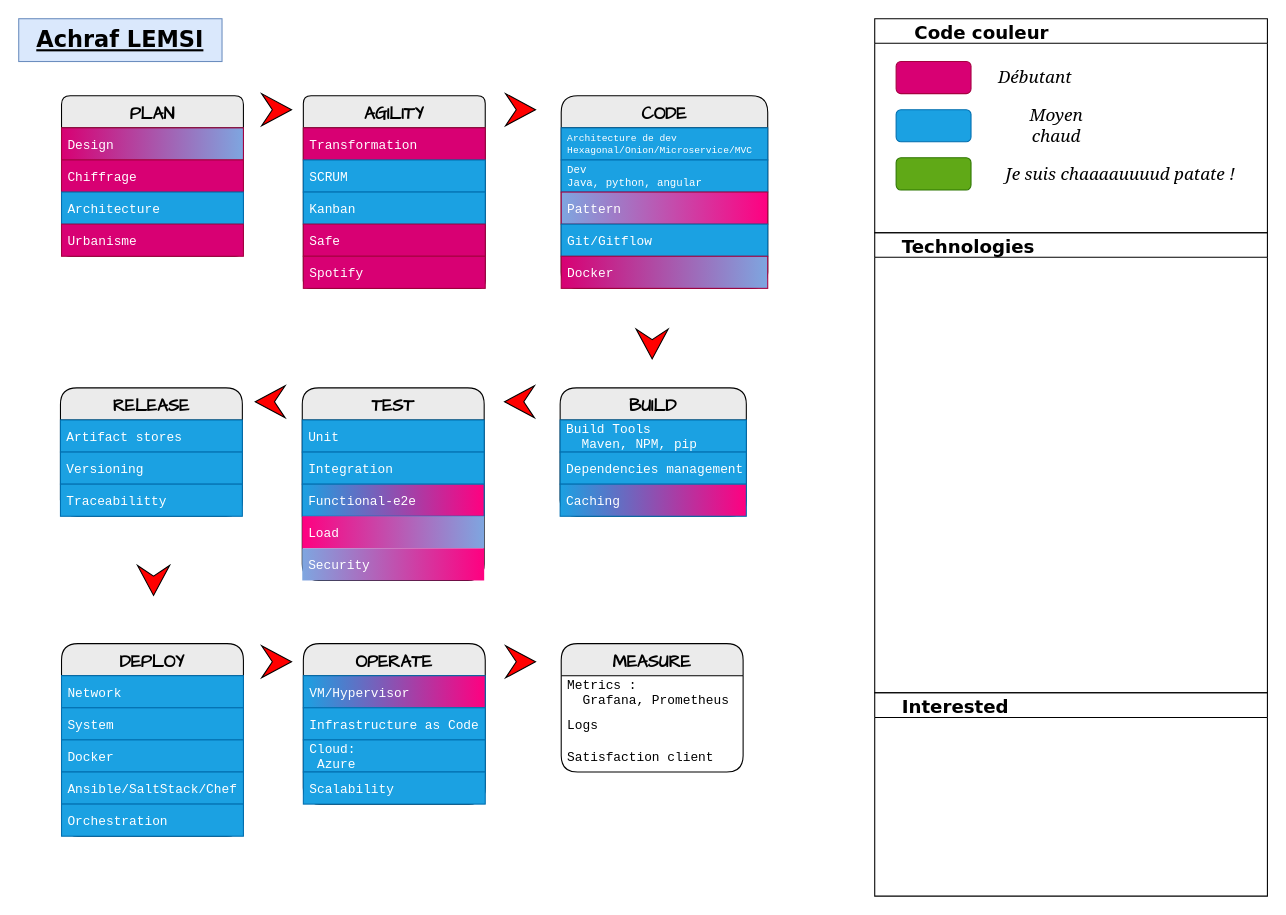
This is skills.drawio from teolia/TeoSchool_skills, a draw.io file, before an edit. Source tidied: cells renumbered, new cells numbered last; positions are measured from the earlier drawing's top-left corner, leaving out a move shared by most shapes. Both pictures are drawn from the tidied source at 107%, with x=0, y=0 at pixel (18, 18).
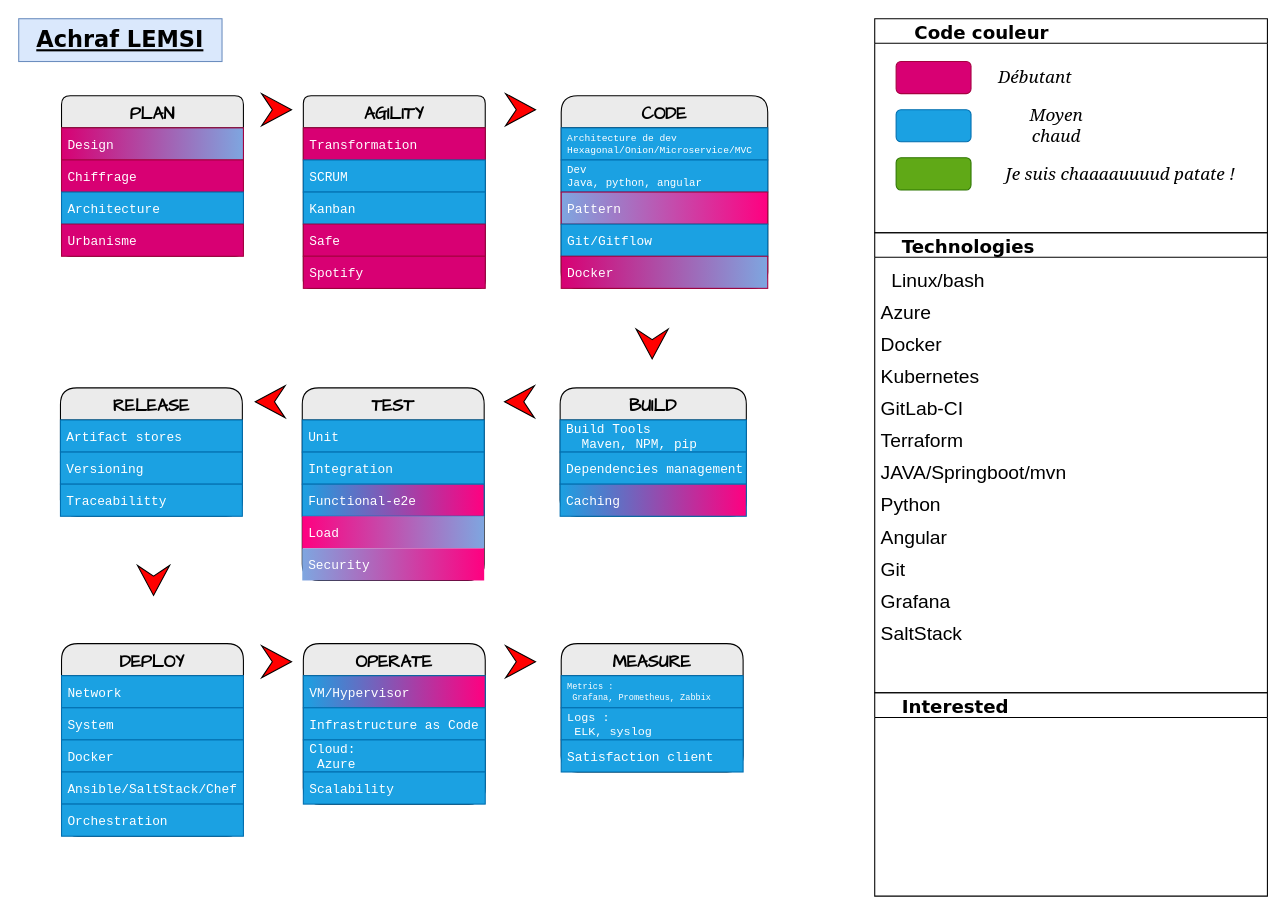
Above is the later version.

Unchanged cells that the change refers to:
```xml
<mxCell id="47" value="MEASURE" style="swimlane;fontStyle=1;horizontal=1;startSize=30;fontFamily=Comic Sans MS;rounded=1;arcSize=17;labelBackgroundColor=none;fillColor=#EBEBEB;fontSize=16;" parent="1" vertex="1">
  <mxGeometry x="507" y="584" width="170" height="120" as="geometry" />
</mxCell>
<mxCell id="64" value="    Technologies" style="swimlane;rounded=0;labelBackgroundColor=none;sketch=0;fontFamily=Verdana;fontSize=17;fontColor=#000000;fillColor=none;align=left;" parent="1" vertex="1">
  <mxGeometry x="800" y="200" width="367" height="430" as="geometry" />
</mxCell>
```

What changed in the source:
```diff
@@
-    <mxCell id="48" value="Metrics :&#10;  Grafana, Prometheus" style="text;align=left;verticalAlign=middle;spacingLeft=4;spacingRight=4;overflow=hidden;fontFamily=Courier New;" parent="47" vertex="1">
+    <mxCell id="48" value="Metrics :&#10; Grafana, Prometheus, Zabbix" style="text;align=left;verticalAlign=middle;spacingLeft=4;spacingRight=4;overflow=hidden;fontFamily=Courier New;fontSize=8;fillColor=#1ba1e2;fontColor=#ffffff;strokeColor=#006EAF;" parent="47" vertex="1">
       <mxGeometry y="30" width="170" height="30" as="geometry" />
     </mxCell>
-    <mxCell id="49" value="Logs" style="text;strokeColor=none;fillColor=none;align=left;verticalAlign=middle;spacingLeft=4;spacingRight=4;overflow=hidden;fontFamily=Courier New;" parent="47" vertex="1">
+    <mxCell id="49" value="Logs :&#10; ELK, syslog" style="text;strokeColor=#006EAF;fillColor=#1ba1e2;align=left;verticalAlign=middle;spacingLeft=4;spacingRight=4;overflow=hidden;fontFamily=Courier New;fontSize=11;fontColor=#ffffff;" parent="47" vertex="1">
       <mxGeometry y="60" width="170" height="30" as="geometry" />
     </mxCell>
-    <mxCell id="50" value="Satisfaction client" style="text;strokeColor=none;fillColor=none;align=left;verticalAlign=middle;spacingLeft=4;spacingRight=4;overflow=hidden;fontFamily=Courier New;" parent="47" vertex="1">
+    <mxCell id="50" value="Satisfaction client" style="text;strokeColor=#006EAF;fillColor=#1ba1e2;align=left;verticalAlign=middle;spacingLeft=4;spacingRight=4;overflow=hidden;fontFamily=Courier New;fontColor=#ffffff;" parent="47" vertex="1">
       <mxGeometry y="90" width="170" height="30" as="geometry" />
     </mxCell>
@@
+    <mxCell id="66" style="swimlane;fontStyle=0;horizontal=1;startSize=0;fontSize=18;fontColor=#000000;fillColor=#7EA6E0;gradientColor=#FF0080;gradientDirection=east;strokeColor=none;" parent="64" vertex="1">
+      <mxGeometry y="28" width="200" height="360" as="geometry" />
+    </mxCell>
+    <mxCell id="67" value="  Linux/bash" style="text;strokeColor=none;fillColor=none;align=left;verticalAlign=middle;spacingLeft=4;spacingRight=4;overflow=hidden;fontSize=18;fontColor=#000000;" parent="66" vertex="1">
+      <mxGeometry width="200" height="30" as="geometry" />
+    </mxCell>
+    <mxCell id="68" value="Azure" style="text;strokeColor=none;fillColor=none;align=left;verticalAlign=middle;spacingLeft=4;spacingRight=4;overflow=hidden;fontSize=18;fontColor=#000000;" parent="66" vertex="1">
+      <mxGeometry y="30" width="200" height="30" as="geometry" />
+    </mxCell>
+    <mxCell id="69" value="Docker" style="text;strokeColor=none;fillColor=none;align=left;verticalAlign=middle;spacingLeft=4;spacingRight=4;overflow=hidden;fontSize=18;fontColor=#000000;" parent="66" vertex="1">
+      <mxGeometry y="60" width="200" height="30" as="geometry" />
+    </mxCell>
+    <mxCell id="70" value="Kubernetes" style="text;strokeColor=none;fillColor=none;align=left;verticalAlign=middle;spacingLeft=4;spacingRight=4;overflow=hidden;fontSize=18;fontColor=#000000;" parent="66" vertex="1">
+      <mxGeometry y="90" width="200" height="30" as="geometry" />
+    </mxCell>
+    <mxCell id="71" value="GitLab-CI" style="text;strokeColor=none;fillColor=none;align=left;verticalAlign=middle;spacingLeft=4;spacingRight=4;overflow=hidden;fontSize=18;fontColor=#000000;" parent="66" vertex="1">
+      <mxGeometry y="120" width="200" height="30" as="geometry" />
+    </mxCell>
+    <mxCell id="72" value="Terraform" style="text;strokeColor=none;fillColor=none;align=left;verticalAlign=middle;spacingLeft=4;spacingRight=4;overflow=hidden;fontSize=18;fontColor=#000000;" parent="66" vertex="1">
+      <mxGeometry y="150" width="200" height="30" as="geometry" />
+    </mxCell>
+    <mxCell id="73" value="JAVA/Springboot/mvn" style="text;strokeColor=none;fillColor=none;align=left;verticalAlign=middle;spacingLeft=4;spacingRight=4;overflow=hidden;fontSize=18;fontColor=#000000;" parent="66" vertex="1">
+      <mxGeometry y="180" width="200" height="30" as="geometry" />
+    </mxCell>
+    <mxCell id="74" value="Python" style="text;strokeColor=none;fillColor=none;align=left;verticalAlign=middle;spacingLeft=4;spacingRight=4;overflow=hidden;fontSize=18;fontColor=#000000;" parent="66" vertex="1">
+      <mxGeometry y="210" width="200" height="30" as="geometry" />
+    </mxCell>
+    <mxCell id="75" value="Angular" style="text;strokeColor=none;fillColor=none;align=left;verticalAlign=middle;spacingLeft=4;spacingRight=4;overflow=hidden;fontSize=18;fontColor=#000000;" parent="66" vertex="1">
+      <mxGeometry y="240" width="200" height="30" as="geometry" />
+    </mxCell>
+    <mxCell id="76" value="Git" style="text;strokeColor=none;fillColor=none;align=left;verticalAlign=middle;spacingLeft=4;spacingRight=4;overflow=hidden;fontSize=18;fontColor=#000000;" parent="66" vertex="1">
+      <mxGeometry y="270" width="200" height="30" as="geometry" />
+    </mxCell>
+    <mxCell id="77" value="Grafana" style="text;strokeColor=none;fillColor=none;align=left;verticalAlign=middle;spacingLeft=4;spacingRight=4;overflow=hidden;fontSize=18;fontColor=#000000;" parent="66" vertex="1">
+      <mxGeometry y="300" width="200" height="30" as="geometry" />
+    </mxCell>
+    <mxCell id="78" value="SaltStack" style="text;strokeColor=none;fillColor=none;align=left;verticalAlign=middle;spacingLeft=4;spacingRight=4;overflow=hidden;fontSize=18;fontColor=#000000;" parent="66" vertex="1">
+      <mxGeometry y="330" width="200" height="30" as="geometry" />
+    </mxCell>
```
